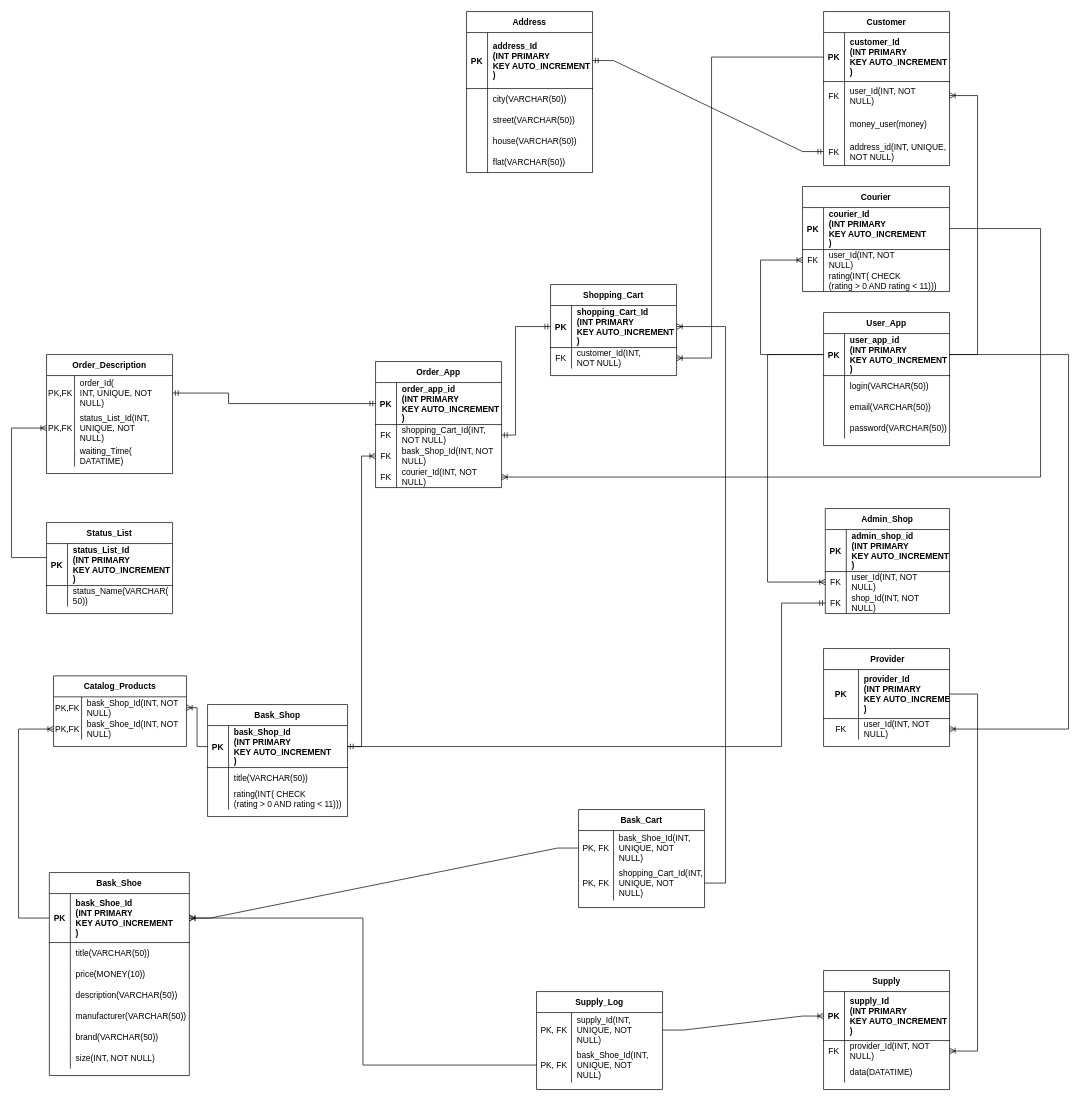
This is firstTask/bd.drawio from vvkhil/Practice, a draw.io file, before an edit. Source tidied: cells renumbered, new cells numbered last; positions are measured from the earlier drawing's top-left corner, leaving out a move shared by most shapes. Both pictures are drawn from the tidied source at 70%, with x=0, y=0 at pixel (11, 11).
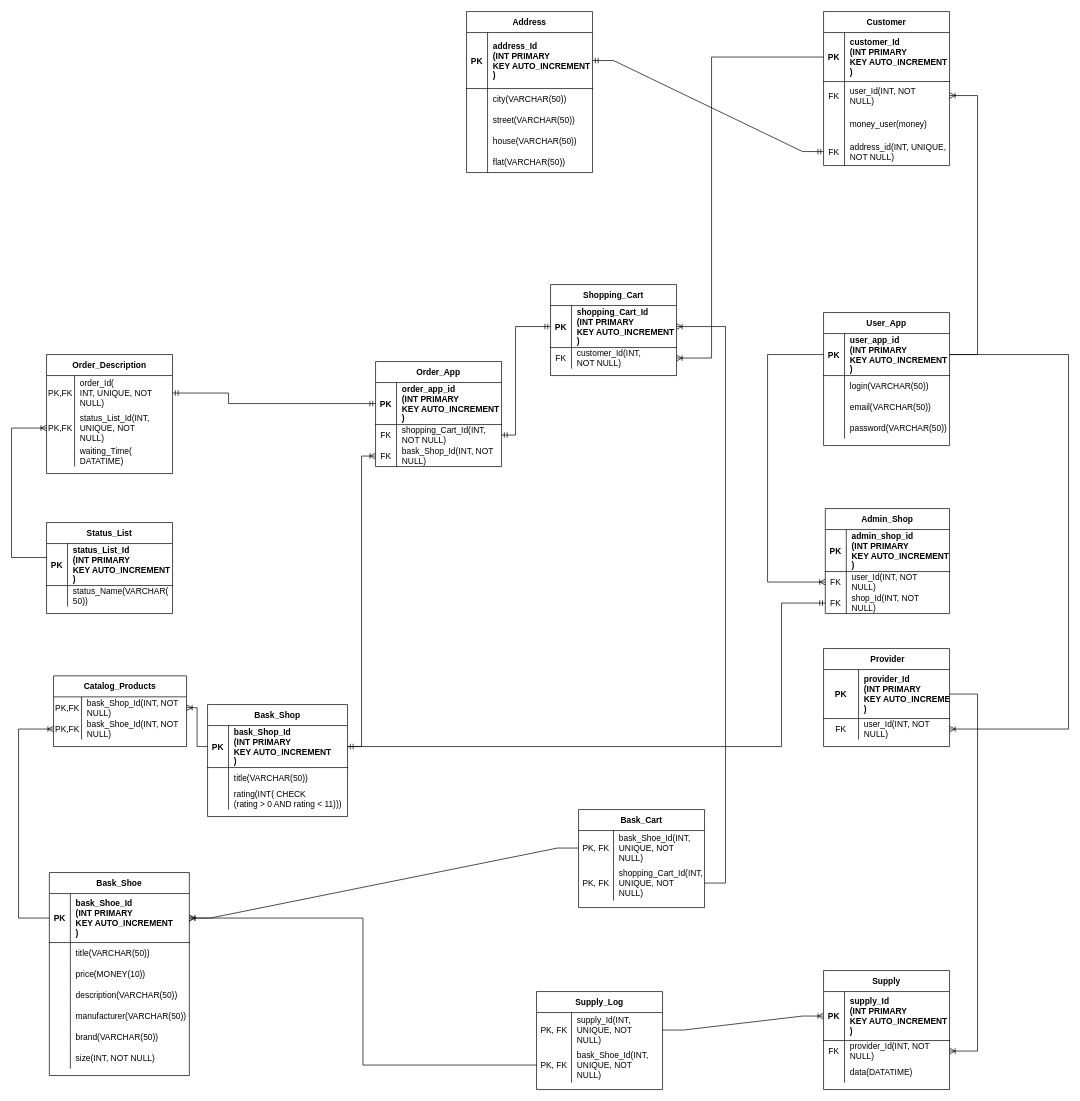
Above is the later version.

Unchanged cells that the change refers to:
```xml
<mxCell id="128" style="shape=tableRow;horizontal=0;startSize=0;swimlaneHead=0;swimlaneBody=0;fillColor=none;points=[[0,0.5],[1,0.5]];portConstraint=eastwest;top=0;left=0;right=0;bottom=1;" parent="127" vertex="1">
  <mxGeometry y="30" width="180" height="60" as="geometry" />
</mxCell>
```

What changed in the source:
```diff
@@
-    <mxCell id="12" value="Courier" style="shape=table;startSize=30;childLayout=tableLayout;rowLines=0;fontStyle=1;align=center;" parent="1" vertex="1">
-      <mxGeometry x="1130" y="250" width="210" height="150" as="geometry" />
-    </mxCell>
-    <mxCell id="13" style="shape=tableRow;horizontal=0;startSize=0;swimlaneHead=0;swimlaneBody=0;fillColor=none;points=[[0,0.5],[1,0.5]];portConstraint=eastwest;top=0;left=0;right=0;bottom=1;" parent="12" vertex="1">
-      <mxGeometry y="30" width="210" height="60" as="geometry" />
-    </mxCell>
-    <mxCell id="14" value="PK" style="shape=partialRectangle;fillColor=none;top=0;left=0;bottom=0;right=0;fontStyle=1;overflow=hidden;" parent="13" vertex="1">
-      <mxGeometry width="30" height="60" as="geometry" />
-    </mxCell>
-    <mxCell id="15" value="courier_Id&#10;(INT PRIMARY&#10;KEY AUTO_INCREMENT&#10;)" style="shape=partialRectangle;fillColor=none;top=0;left=0;bottom=0;right=0;align=left;spacingLeft=6;fontStyle=1;overflow=hidden;" parent="13" vertex="1">
-      <mxGeometry x="30" width="180" height="60" as="geometry" />
-    </mxCell>
-    <mxCell id="16" style="shape=tableRow;horizontal=0;startSize=0;swimlaneHead=0;swimlaneBody=0;fillColor=none;points=[[0,0.5],[1,0.5]];portConstraint=eastwest;top=0;left=0;right=0;bottom=0;" parent="12" vertex="1">
-      <mxGeometry y="90" width="210" height="30" as="geometry" />
-    </mxCell>
-    <mxCell id="17" value="FK" style="shape=partialRectangle;fillColor=none;top=0;left=0;bottom=0;right=0;overflow=hidden;" parent="16" vertex="1">
-      <mxGeometry width="30" height="30" as="geometry" />
-    </mxCell>
-    <mxCell id="18" value="user_Id(INT, NOT&#10;NULL)" style="shape=partialRectangle;fillColor=none;top=0;left=0;bottom=0;right=0;align=left;spacingLeft=6;overflow=hidden;" parent="16" vertex="1">
-      <mxGeometry x="30" width="180" height="30" as="geometry" />
-    </mxCell>
-    <mxCell id="19" style="shape=tableRow;horizontal=0;startSize=0;swimlaneHead=0;swimlaneBody=0;fillColor=none;top=0;left=0;right=0;bottom=0;" parent="12" vertex="1">
-      <mxGeometry y="120" width="210" height="30" as="geometry" />
-    </mxCell>
-    <mxCell id="20" style="shape=partialRectangle;fillColor=none;top=0;left=0;bottom=0;right=0;overflow=hidden;" parent="19" vertex="1">
-      <mxGeometry width="30" height="30" as="geometry" />
-    </mxCell>
-    <mxCell id="21" value="rating(INT( CHECK&#10;(rating &gt; 0 AND rating &lt; 11)))" style="shape=partialRectangle;fillColor=none;top=0;left=0;bottom=0;right=0;align=left;spacingLeft=6;overflow=hidden;" parent="19" vertex="1">
-      <mxGeometry x="30" width="180" height="30" as="geometry" />
-    </mxCell>
     <mxCell id="22" value="Order_App" style="shape=table;startSize=30;childLayout=tableLayout;rowLines=0;fontStyle=1;align=center;" parent="1" vertex="1">
-      <mxGeometry x="520" y="500" width="180" height="180" as="geometry" />
+      <mxGeometry x="520" y="500" width="180" height="150" as="geometry" />
     </mxCell>
@@
-    <mxCell id="32" style="shape=tableRow;horizontal=0;startSize=0;swimlaneHead=0;swimlaneBody=0;fillColor=none;points=[[0,0.5],[1,0.5]];portConstraint=eastwest;top=0;left=0;right=0;bottom=0;" parent="22" vertex="1">
-      <mxGeometry y="150" width="180" height="30" as="geometry" />
-    </mxCell>
-    <mxCell id="33" value="FK" style="shape=partialRectangle;fillColor=none;top=0;left=0;bottom=0;right=0;overflow=hidden;" parent="32" vertex="1">
-      <mxGeometry width="30" height="30" as="geometry" />
-    </mxCell>
-    <mxCell id="34" value="courier_Id(INT, NOT&#10;NULL)" style="shape=partialRectangle;fillColor=none;top=0;left=0;bottom=0;right=0;align=left;spacingLeft=6;overflow=hidden;" parent="32" vertex="1">
-      <mxGeometry x="30" width="150" height="30" as="geometry" />
-    </mxCell>
@@
-    <mxCell id="145" style="edgeStyle=elbowEdgeStyle;fontSize=12;html=1;endArrow=ERoneToMany;rounded=0;entryX=0;entryY=0.5;entryDx=0;entryDy=0;exitX=0;exitY=0.5;exitDx=0;exitDy=0;" parent="1" edge="1" source="128" target="16">
-      <mxGeometry relative="1" as="geometry">
-        <Array as="points">
-          <mxPoint x="1070" y="440" />
-          <mxPoint x="1090" y="420" />
-          <mxPoint x="1470" y="55" />
-        </Array>
-      </mxGeometry>
-    </mxCell>
@@
-    <mxCell id="149" style="edgeStyle=elbowEdgeStyle;fontSize=12;html=1;endArrow=ERoneToMany;rounded=0;exitX=1;exitY=0.5;exitDx=0;exitDy=0;entryX=1;entryY=0.5;entryDx=0;entryDy=0;" parent="1" edge="1" source="13" target="32">
-      <mxGeometry relative="1" as="geometry">
-        <Array as="points">
-          <mxPoint x="1470" y="530" />
-          <mxPoint x="1540" y="570" />
-          <mxPoint x="1620" y="525" />
-        </Array>
-      </mxGeometry>
-    </mxCell>
```
